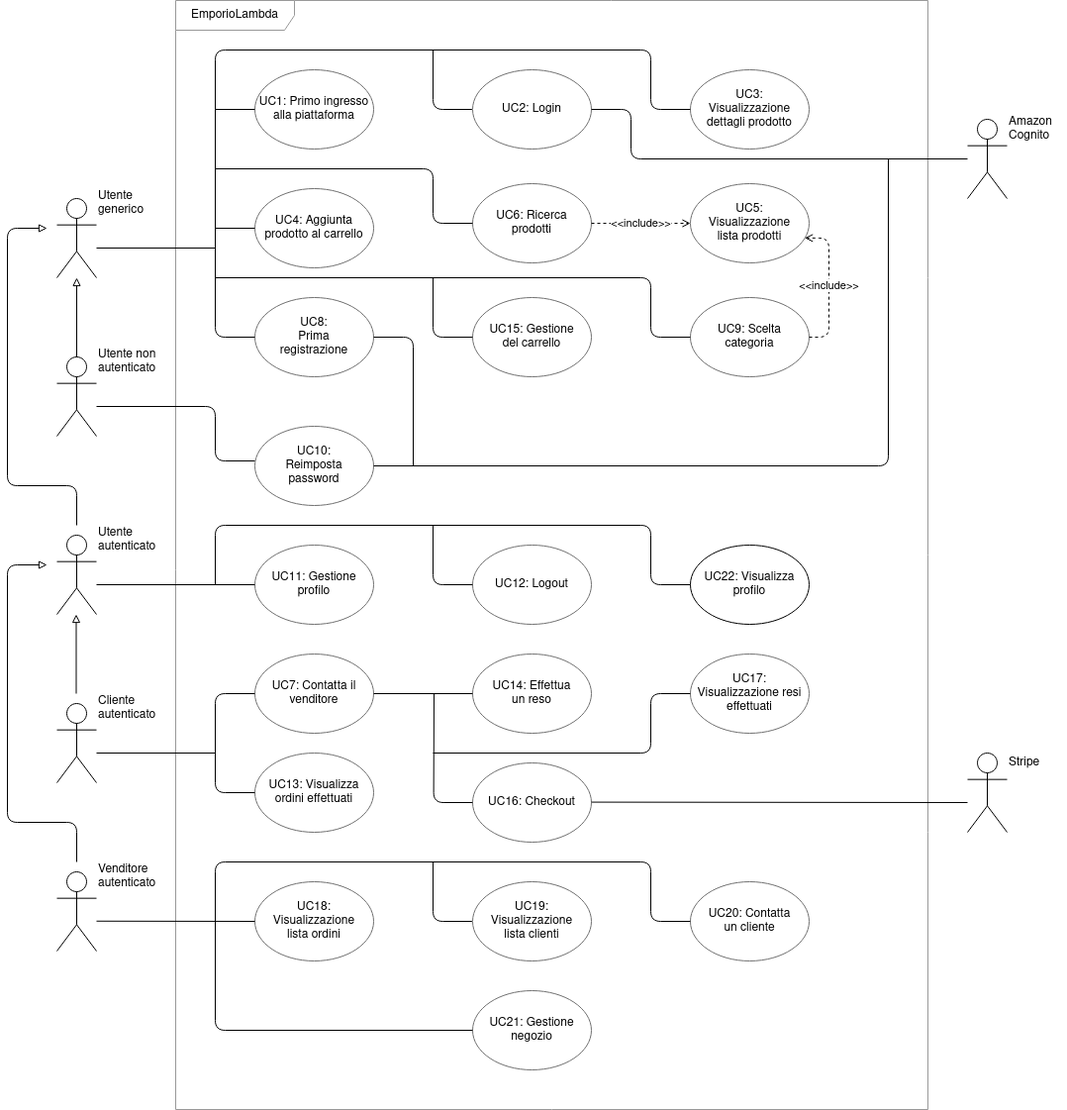
Before: Images/AnalisiRequisiti/casiUso.png, a diagram exported from draw.io (techsweave/TechSWEaveDocumentation). Source tidied: cells renumbered, new cells last; positions are measured from the earlier drawing's top-left corner, leaving out a move shared by most shapes.
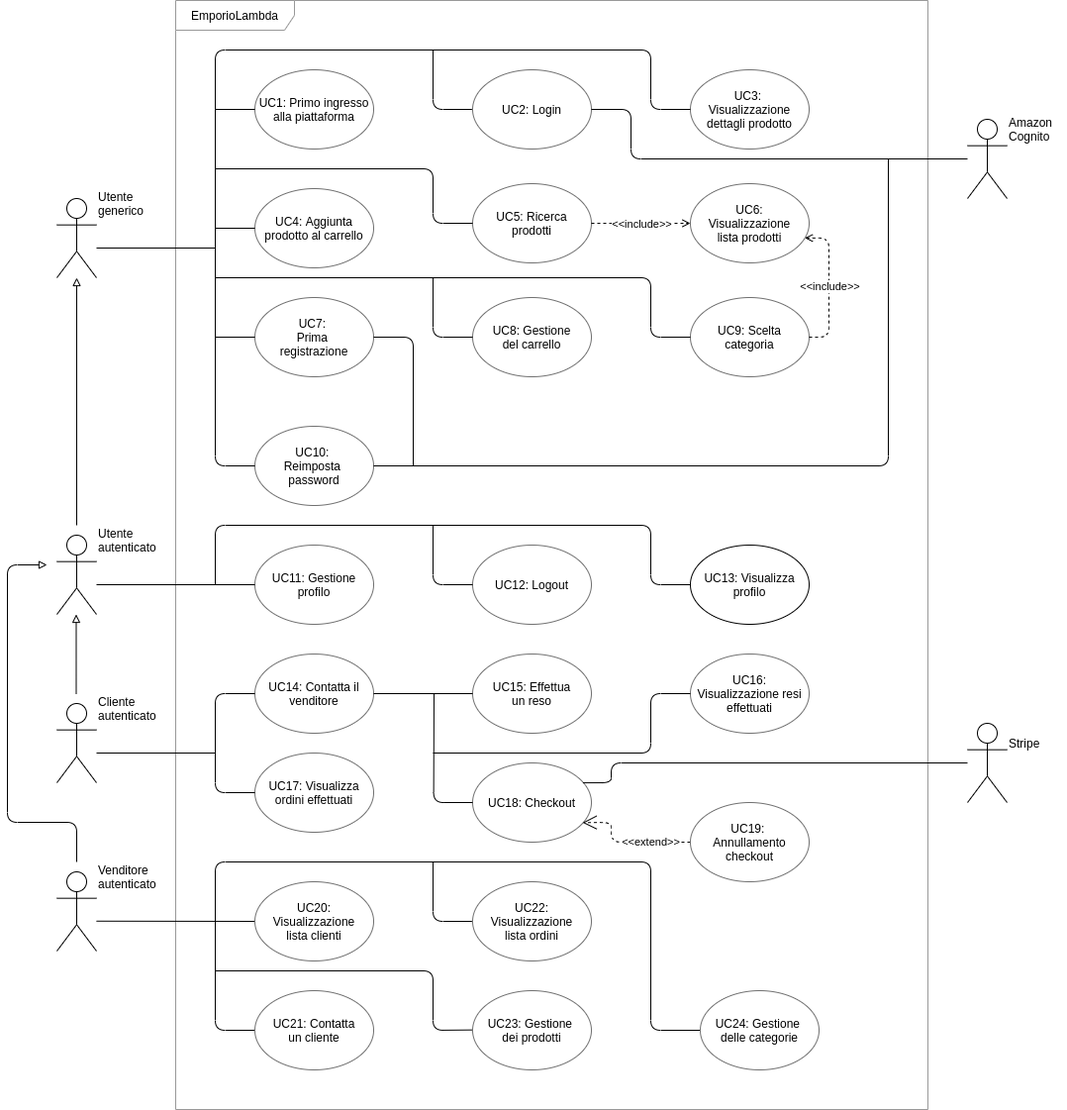
After the change.

What changed in the source:
```diff
@@ -8,9 +8,6 @@
     <mxCell id="3" style="shape=umlActor;verticalLabelPosition=right;verticalAlign=center;html=1;outlineConnect=0;align=center;fillColor=none;" parent="1" vertex="1">
       <mxGeometry x="50" y="200" width="40" height="80" as="geometry" />
     </mxCell>
-    <mxCell id="4" value="Utente non&lt;br&gt;autenticato" style="text;html=1;align=left;verticalAlign=middle;" parent="1" vertex="1">
-      <mxGeometry x="90" y="350" width="70" height="30" as="geometry" />
-    </mxCell>
     <mxCell id="5" value="Utente &lt;br&gt;generico" style="text;html=1;align=left;verticalAlign=middle;" parent="1" vertex="1">
       <mxGeometry x="90" y="190" width="60" height="30" as="geometry" />
     </mxCell>
@@ -26,30 +23,15 @@
     <mxCell id="9" style="shape=umlActor;verticalLabelPosition=right;verticalAlign=center;html=1;align=center;fillColor=none;" parent="1" vertex="1">
       <mxGeometry x="50" y="540" width="40" height="80" as="geometry" />
     </mxCell>
-    <mxCell id="10" style="shape=umlActor;verticalLabelPosition=right;verticalAlign=center;html=1;align=center;fillColor=none;" parent="1" vertex="1">
-      <mxGeometry x="50" y="360" width="40" height="80" as="geometry" />
-    </mxCell>
     <mxCell id="11" style="shape=umlActor;verticalLabelPosition=right;verticalAlign=center;html=1;align=center;fillColor=none;" parent="1" vertex="1">
       <mxGeometry x="50" y="880" width="40" height="80" as="geometry" />
     </mxCell>
     <mxCell id="12" style="shape=umlActor;verticalLabelPosition=right;verticalAlign=center;html=1;align=center;fillColor=none;" parent="1" vertex="1">
       <mxGeometry x="50" y="710" width="40" height="80" as="geometry" />
     </mxCell>
-    <mxCell id="13" style="endArrow=block;html=1;endFill=0;" parent="1" edge="1">
-      <mxGeometry relative="1" as="geometry">
-        <mxPoint x="70" y="360" as="sourcePoint" />
-        <mxPoint x="70" y="280" as="targetPoint" />
-      </mxGeometry>
-    </mxCell>
-    <mxCell id="14" style="endArrow=block;html=1;endFill=0;" parent="1" edge="1">
+    <mxCell id="14" style="endArrow=block;html=1;endFill=0;" parent="1" edge="1" target="3">
       <mxGeometry relative="1" as="geometry">
         <mxPoint x="70" y="530" as="sourcePoint" />
-        <mxPoint x="40" y="230" as="targetPoint" />
-        <Array as="points">
-          <mxPoint x="70" y="490" />
-          <mxPoint y="490" />
-          <mxPoint y="230" />
-        </Array>
       </mxGeometry>
     </mxCell>
     <mxCell id="15" style="endArrow=block;html=1;endFill=0;" parent="1" edge="1">
@@ -81,16 +63,16 @@
     <mxCell id="20" value="UC4: Aggiunta&lt;br&gt;prodotto al carrello" style="ellipse;whiteSpace=wrap;html=1;strokeColor=#707070;fillColor=none;gradientColor=none;" parent="1" vertex="1">
       <mxGeometry x="250" y="190" width="120" height="80" as="geometry" />
     </mxCell>
-    <mxCell id="21" value="UC5:&lt;br&gt;Visualizzazione&lt;br&gt;lista prodotti" style="ellipse;whiteSpace=wrap;html=1;strokeColor=#707070;fillColor=none;gradientColor=none;" parent="1" vertex="1">
+    <mxCell id="21" value="UC6:&lt;br&gt;Visualizzazione&lt;br&gt;lista prodotti" style="ellipse;whiteSpace=wrap;html=1;strokeColor=#707070;fillColor=none;gradientColor=none;" parent="1" vertex="1">
       <mxGeometry x="690" y="185" width="120" height="80" as="geometry" />
     </mxCell>
-    <mxCell id="22" value="&lt;span&gt;UC6: &lt;/span&gt;Ricerca&lt;br&gt;prodotti" style="ellipse;whiteSpace=wrap;html=1;strokeColor=#707070;fillColor=none;gradientColor=none;" parent="1" vertex="1">
+    <mxCell id="22" value="&lt;span&gt;UC5: &lt;/span&gt;Ricerca&lt;br&gt;prodotti" style="ellipse;whiteSpace=wrap;html=1;strokeColor=#707070;fillColor=none;gradientColor=none;" parent="1" vertex="1">
       <mxGeometry x="470" y="185" width="120" height="80" as="geometry" />
     </mxCell>
-    <mxCell id="23" value="&lt;span&gt;UC7: Contatta il&lt;br&gt;venditore&lt;br&gt;&lt;/span&gt;" style="ellipse;whiteSpace=wrap;html=1;strokeColor=#707070;fillColor=none;gradientColor=none;" parent="1" vertex="1">
+    <mxCell id="23" value="&lt;span&gt;UC14: Contatta il&lt;br&gt;venditore&lt;br&gt;&lt;/span&gt;" style="ellipse;whiteSpace=wrap;html=1;strokeColor=#707070;fillColor=none;gradientColor=none;" parent="1" vertex="1">
       <mxGeometry x="250" y="660" width="120" height="80" as="geometry" />
     </mxCell>
-    <mxCell id="24" value="UC8: &lt;br&gt;Prima &lt;br&gt;registrazione" style="ellipse;whiteSpace=wrap;html=1;strokeColor=#707070;fillColor=none;gradientColor=none;" parent="1" vertex="1">
+    <mxCell id="24" value="UC7: &lt;br&gt;Prima &lt;br&gt;registrazione" style="ellipse;whiteSpace=wrap;html=1;strokeColor=#707070;fillColor=none;gradientColor=none;" parent="1" vertex="1">
       <mxGeometry x="250" y="300" width="120" height="80" as="geometry" />
     </mxCell>
     <mxCell id="25" value="UC9: Scelta&lt;br&gt;categoria" style="ellipse;whiteSpace=wrap;html=1;strokeColor=#707070;fillColor=none;gradientColor=none;" parent="1" vertex="1">
@@ -102,24 +84,15 @@
     <mxCell id="27" value="UC12: Logout" style="ellipse;whiteSpace=wrap;html=1;strokeColor=#707070;fillColor=none;gradientColor=none;" parent="1" vertex="1">
       <mxGeometry x="470" y="550" width="120" height="80" as="geometry" />
     </mxCell>
-    <mxCell id="28" value="UC13: Visualizza ordini effettuati" style="ellipse;whiteSpace=wrap;html=1;strokeColor=#707070;fillColor=none;gradientColor=none;" parent="1" vertex="1">
+    <mxCell id="28" value="UC17: Visualizza ordini effettuati" style="ellipse;whiteSpace=wrap;html=1;strokeColor=#707070;fillColor=none;gradientColor=none;" parent="1" vertex="1">
       <mxGeometry x="250" y="760" width="120" height="80" as="geometry" />
     </mxCell>
     <mxCell id="29" value="UC11: Gestione profilo" style="ellipse;whiteSpace=wrap;html=1;strokeColor=#707070;fillColor=none;gradientColor=none;" parent="1" vertex="1">
       <mxGeometry x="250" y="550" width="120" height="80" as="geometry" />
     </mxCell>
-    <mxCell id="30" value="UC16: Checkout" style="ellipse;whiteSpace=wrap;html=1;strokeColor=#707070;fillColor=none;gradientColor=none;" parent="1" vertex="1">
+    <mxCell id="30" value="UC18: Checkout" style="ellipse;whiteSpace=wrap;html=1;strokeColor=#707070;fillColor=none;gradientColor=none;" parent="1" vertex="1">
       <mxGeometry x="470" y="770" width="120" height="80" as="geometry" />
     </mxCell>
-    <mxCell id="31" value="UC18: Visualizzazione&lt;br&gt;lista ordini" style="ellipse;whiteSpace=wrap;html=1;strokeColor=#707070;fillColor=none;gradientColor=none;" parent="1" vertex="1">
-      <mxGeometry x="250" y="890" width="120" height="80" as="geometry" />
-    </mxCell>
-    <mxCell id="32" value="&lt;span&gt;UC19: Visualizzazione&lt;/span&gt;&lt;br&gt;&lt;span&gt;l&lt;/span&gt;&lt;span&gt;ista clienti&lt;/span&gt;" style="ellipse;whiteSpace=wrap;html=1;strokeColor=#707070;fillColor=none;gradientColor=none;" parent="1" vertex="1">
-      <mxGeometry x="470" y="890" width="120" height="80" as="geometry" />
-    </mxCell>
-    <mxCell id="33" value="&lt;span&gt;UC20: Contatta&lt;br&gt;un cliente&lt;/span&gt;" style="ellipse;whiteSpace=wrap;html=1;strokeColor=#707070;fillColor=none;gradientColor=none;" parent="1" vertex="1">
-      <mxGeometry x="690" y="890" width="120" height="80" as="geometry" />
-    </mxCell>
     <mxCell id="34" style="endArrow=none;html=1;entryX=0;entryY=0.5;entryDx=0;entryDy=0;" parent="1" edge="1" target="17">
       <mxGeometry relative="1" as="geometry">
         <mxPoint x="210" y="110" as="sourcePoint" />
@@ -143,11 +116,11 @@
         </Array>
       </mxGeometry>
     </mxCell>
-    <mxCell id="37" style="endArrow=none;html=1;entryX=0;entryY=0.5;entryDx=0;entryDy=0;" parent="1" edge="1" target="24">
+    <mxCell id="37" style="endArrow=none;html=1;entryX=0;entryY=0.5;entryDx=0;entryDy=0;" parent="1" edge="1" target="26">
       <mxGeometry relative="1" as="geometry">
         <mxPoint x="210" y="170" as="sourcePoint" />
         <Array as="points">
-          <mxPoint x="210" y="340" />
+          <mxPoint x="210" y="470" />
         </Array>
       </mxGeometry>
     </mxCell>
@@ -157,9 +130,6 @@
         <mxPoint x="210" y="110" as="targetPoint" />
       </mxGeometry>
     </mxCell>
-    <mxCell id="39" value="&lt;span&gt;UC21: Gestione negozio&lt;/span&gt;" style="ellipse;whiteSpace=wrap;html=1;strokeColor=#707070;fillColor=none;gradientColor=none;" parent="1" vertex="1">
-      <mxGeometry x="470" y="1000" width="120" height="80" as="geometry" />
-    </mxCell>
     <mxCell id="40" style="endArrow=none;html=1;entryX=-0.005;entryY=0.5;entryDx=0;entryDy=0;entryPerimeter=0;" parent="1" edge="1">
       <mxGeometry relative="1" as="geometry">
         <mxPoint x="430" y="870" as="sourcePoint" />
@@ -169,14 +139,15 @@
         </Array>
       </mxGeometry>
     </mxCell>
-    <mxCell id="41" style="endArrow=none;html=1;exitX=0;exitY=0.5;exitDx=0;exitDy=0;" parent="1" edge="1" source="39">
+    <mxCell id="41" style="endArrow=none;html=1;exitX=0;exitY=0.5;exitDx=0;exitDy=0;" parent="1" edge="1">
       <mxGeometry relative="1" as="geometry">
-        <mxPoint x="690" y="930" as="targetPoint" />
+        <mxPoint x="250" y="1040" as="sourcePoint" />
+        <mxPoint x="700" y="1040" as="targetPoint" />
         <Array as="points">
           <mxPoint x="210" y="1040" />
           <mxPoint x="210" y="870" />
           <mxPoint x="650" y="870" />
-          <mxPoint x="650" y="930" />
+          <mxPoint x="650" y="1040" />
         </Array>
       </mxGeometry>
     </mxCell>
@@ -206,9 +177,10 @@
     <mxCell id="46" value="&amp;lt;&amp;lt;include&amp;gt;&amp;gt;" style="edgeLabel;html=1;align=center;verticalAlign=middle;" parent="45" vertex="1">
       <mxGeometry relative="1" as="geometry" />
     </mxCell>
-    <mxCell id="47" style="endArrow=none;html=1;entryX=0;entryY=0.5;entryDx=0;entryDy=0;" parent="1" edge="1" target="31">
+    <mxCell id="47" style="endArrow=none;html=1;entryX=0;entryY=0.5;entryDx=0;entryDy=0;" parent="1" edge="1">
       <mxGeometry relative="1" as="geometry">
         <mxPoint x="90" y="929.8" as="sourcePoint" />
+        <mxPoint x="250" y="930" as="targetPoint" />
       </mxGeometry>
     </mxCell>
     <mxCell id="48" style="endArrow=none;html=1;entryX=0;entryY=0.5;entryDx=0;entryDy=0;" parent="1" edge="1" target="29">
@@ -243,7 +215,7 @@
         </Array>
       </mxGeometry>
     </mxCell>
-    <mxCell id="52" value="UC15: Gestione&lt;br&gt;del carrello" style="ellipse;whiteSpace=wrap;html=1;strokeColor=#707070;fillColor=none;gradientColor=none;" parent="1" vertex="1">
+    <mxCell id="52" value="UC8: Gestione&lt;br&gt;del carrello" style="ellipse;whiteSpace=wrap;html=1;strokeColor=#707070;fillColor=none;gradientColor=none;" parent="1" vertex="1">
       <mxGeometry x="470" y="300" width="120" height="80" as="geometry" />
     </mxCell>
     <mxCell id="53" style="endArrow=none;html=1;" parent="1" edge="1">
@@ -258,10 +230,10 @@
         <mxPoint x="210" y="250" as="targetPoint" />
       </mxGeometry>
     </mxCell>
-    <mxCell id="55" value="UC17: Visualizzazione resi effettuati" style="ellipse;whiteSpace=wrap;html=1;strokeColor=#707070;fillColor=none;gradientColor=none;" parent="1" vertex="1">
+    <mxCell id="55" value="UC16: Visualizzazione resi effettuati" style="ellipse;whiteSpace=wrap;html=1;strokeColor=#707070;fillColor=none;gradientColor=none;" parent="1" vertex="1">
       <mxGeometry x="690" y="660" width="120" height="80" as="geometry" />
     </mxCell>
-    <mxCell id="56" value="UC14: Effettua&lt;br&gt;un reso" style="ellipse;whiteSpace=wrap;html=1;strokeColor=#707070;fillColor=none;gradientColor=none;" parent="1" vertex="1">
+    <mxCell id="56" value="UC15: Effettua&lt;br&gt;un reso" style="ellipse;whiteSpace=wrap;html=1;strokeColor=#707070;fillColor=none;gradientColor=none;" parent="1" vertex="1">
       <mxGeometry x="470" y="660" width="120" height="80" as="geometry" />
     </mxCell>
     <mxCell id="57" style="endArrow=none;html=1;" parent="1" edge="1">
@@ -273,26 +245,23 @@
     <mxCell id="58" style="endArrow=none;html=1;entryX=0;entryY=0.5;entryDx=0;entryDy=0;exitX=1;exitY=0.5;exitDx=0;exitDy=0;" parent="1" edge="1" source="23" target="56">
       <mxGeometry relative="1" as="geometry" />
     </mxCell>
-    <mxCell id="59" style="endArrow=none;html=1;exitX=0;exitY=0.5;exitDx=0;exitDy=0;" parent="1" edge="1">
+    <mxCell id="59" style="endArrow=none;html=1;exitX=0;exitY=0.5;exitDx=0;exitDy=0;" parent="1" edge="1" source="24">
       <mxGeometry relative="1" as="geometry">
-        <mxPoint x="250" y="465" as="sourcePoint" />
-        <mxPoint x="90" y="410" as="targetPoint" />
-        <Array as="points">
-          <mxPoint x="210" y="465" />
-          <mxPoint x="210" y="410" />
-        </Array>
+        <mxPoint x="210" y="340" as="targetPoint" />
       </mxGeometry>
     </mxCell>
     <mxCell id="60" value="Stripe" style="text;html=1;align=left;verticalAlign=middle;" parent="1" vertex="1">
-      <mxGeometry x="1010" y="760" width="50" height="20" as="geometry" />
+      <mxGeometry x="1010" y="740" width="50" height="20" as="geometry" />
     </mxCell>
     <mxCell id="61" style="shape=umlActor;verticalLabelPosition=right;verticalAlign=center;html=1;outlineConnect=0;align=center;fillColor=none;" parent="1" vertex="1">
-      <mxGeometry x="970" y="760" width="40" height="80" as="geometry" />
+      <mxGeometry x="970" y="730" width="40" height="80" as="geometry" />
     </mxCell>
-    <mxCell id="62" style="endArrow=none;html=1;" parent="1" edge="1">
+    <mxCell id="62" style="endArrow=none;html=1;entryX=0.929;entryY=0.251;entryDx=0;entryDy=0;entryPerimeter=0;" parent="1" edge="1" source="61" target="30">
       <mxGeometry relative="1" as="geometry">
-        <mxPoint x="970" y="810" as="sourcePoint" />
-        <mxPoint x="590" y="809.6" as="targetPoint" />
+        <Array as="points">
+          <mxPoint x="610" y="770" />
+          <mxPoint x="610" y="790" />
+        </Array>
       </mxGeometry>
     </mxCell>
     <mxCell id="63" value="Amazon&lt;br&gt;Cognito" style="text;html=1;align=left;verticalAlign=middle;" parent="1" vertex="1">
@@ -343,7 +312,7 @@
         </Array>
       </mxGeometry>
     </mxCell>
-    <mxCell id="70" value="UC22: Visualizza profilo" style="ellipse;whiteSpace=wrap;html=1;fillColor=none;" parent="1" vertex="1">
+    <mxCell id="70" value="UC13: Visualizza profilo" style="ellipse;whiteSpace=wrap;html=1;fillColor=none;" parent="1" vertex="1">
       <mxGeometry x="690" y="550" width="120" height="80" as="geometry" />
     </mxCell>
     <mxCell id="71" style="endArrow=none;html=1;entryX=0;entryY=0.5;entryDx=0;entryDy=0;" parent="1" edge="1" target="27">
@@ -363,5 +332,41 @@
         </Array>
       </mxGeometry>
     </mxCell>
+    <mxCell id="73" value="&lt;span&gt;UC24: Gestione &lt;br&gt;delle categorie&lt;br&gt;&lt;/span&gt;" style="ellipse;whiteSpace=wrap;html=1;strokeColor=#707070;fillColor=none;gradientColor=none;" parent="1" vertex="1">
+      <mxGeometry x="700" y="1000" width="120" height="80" as="geometry" />
+    </mxCell>
+    <mxCell id="74" style="endArrow=none;html=1;entryX=0;entryY=0.5;entryDx=0;entryDy=0;" parent="1" edge="1">
+      <mxGeometry relative="1" as="geometry">
+        <mxPoint x="210" y="980" as="sourcePoint" />
+        <mxPoint x="470" y="1039.7" as="targetPoint" />
+        <Array as="points">
+          <mxPoint x="430" y="980" />
+          <mxPoint x="430" y="1040" />
+        </Array>
+      </mxGeometry>
+    </mxCell>
+    <mxCell id="75" value="&amp;lt;&amp;lt;extend&amp;gt;&amp;gt;" style="endArrow=open;endSize=12;dashed=1;html=1;exitX=0;exitY=0.5;exitDx=0;exitDy=0;entryX=0.926;entryY=0.754;entryDx=0;entryDy=0;entryPerimeter=0;" parent="1" edge="1" source="76" target="30">
+      <mxGeometry x="-0.38" relative="1" as="geometry">
+        <Array as="points">
+          <mxPoint x="610" y="850" />
+          <mxPoint x="610" y="830" />
+        </Array>
+      </mxGeometry>
+    </mxCell>
+    <mxCell id="76" value="UC19: &lt;br&gt;Annullamento checkout" style="ellipse;whiteSpace=wrap;html=1;strokeColor=#707070;fillColor=none;gradientColor=none;" parent="1" vertex="1">
+      <mxGeometry x="690" y="810" width="120" height="80" as="geometry" />
+    </mxCell>
+    <mxCell id="77" value="&lt;span&gt;UC21: Contatta&lt;br&gt;un cliente&lt;/span&gt;" style="ellipse;whiteSpace=wrap;html=1;strokeColor=#707070;fillColor=none;gradientColor=none;" parent="1" vertex="1">
+      <mxGeometry x="250" y="1000" width="120" height="80" as="geometry" />
+    </mxCell>
+    <mxCell id="78" value="&lt;span&gt;UC20: Visualizzazione&lt;/span&gt;&lt;br&gt;&lt;span&gt;l&lt;/span&gt;&lt;span&gt;ista clienti&lt;/span&gt;" style="ellipse;whiteSpace=wrap;html=1;strokeColor=#707070;fillColor=none;gradientColor=none;" parent="1" vertex="1">
+      <mxGeometry x="250" y="890" width="120" height="80" as="geometry" />
+    </mxCell>
+    <mxCell id="79" value="UC22: Visualizzazione&lt;br&gt;lista ordini" style="ellipse;whiteSpace=wrap;html=1;strokeColor=#707070;fillColor=none;gradientColor=none;" parent="1" vertex="1">
+      <mxGeometry x="470" y="890" width="120" height="80" as="geometry" />
+    </mxCell>
+    <mxCell id="80" value="&lt;span&gt;UC23: Gestione &lt;br&gt;dei prodotti&lt;/span&gt;" style="ellipse;whiteSpace=wrap;html=1;strokeColor=#707070;fillColor=none;gradientColor=none;" parent="1" vertex="1">
+      <mxGeometry x="470" y="1000" width="120" height="80" as="geometry" />
+    </mxCell>
   </root>
 </mxGraphModel>
```
